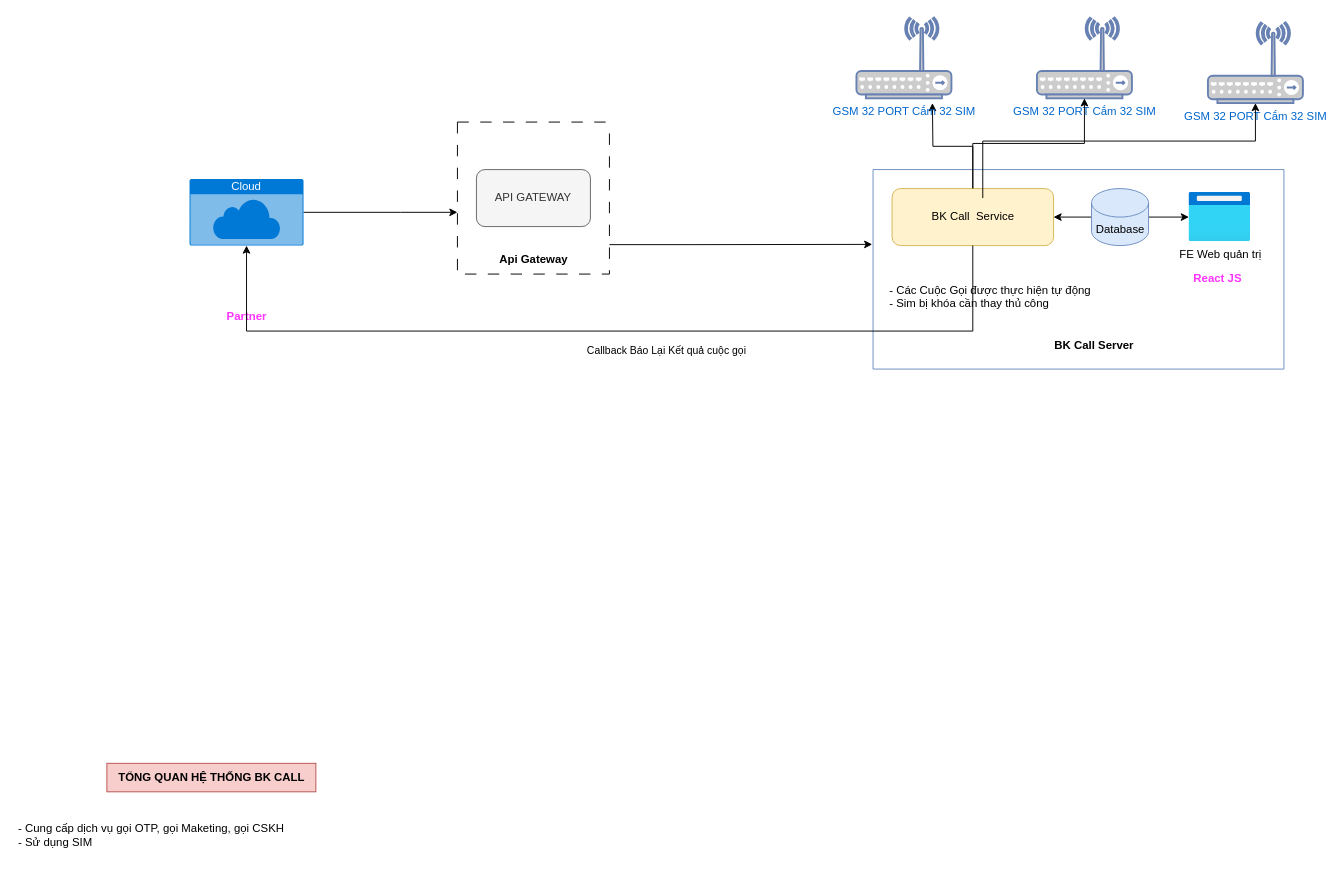
Above: Call Service.drawio in bachdev/diagram (draw.io), before the change. Source tidied: cells renumbered, new cells numbered last; positions are measured from the earlier drawing's top-left corner, leaving out a move shared by most shapes. Both pictures are drawn from the tidied source at 95%, with x=0, y=0 at pixel (16, 17).
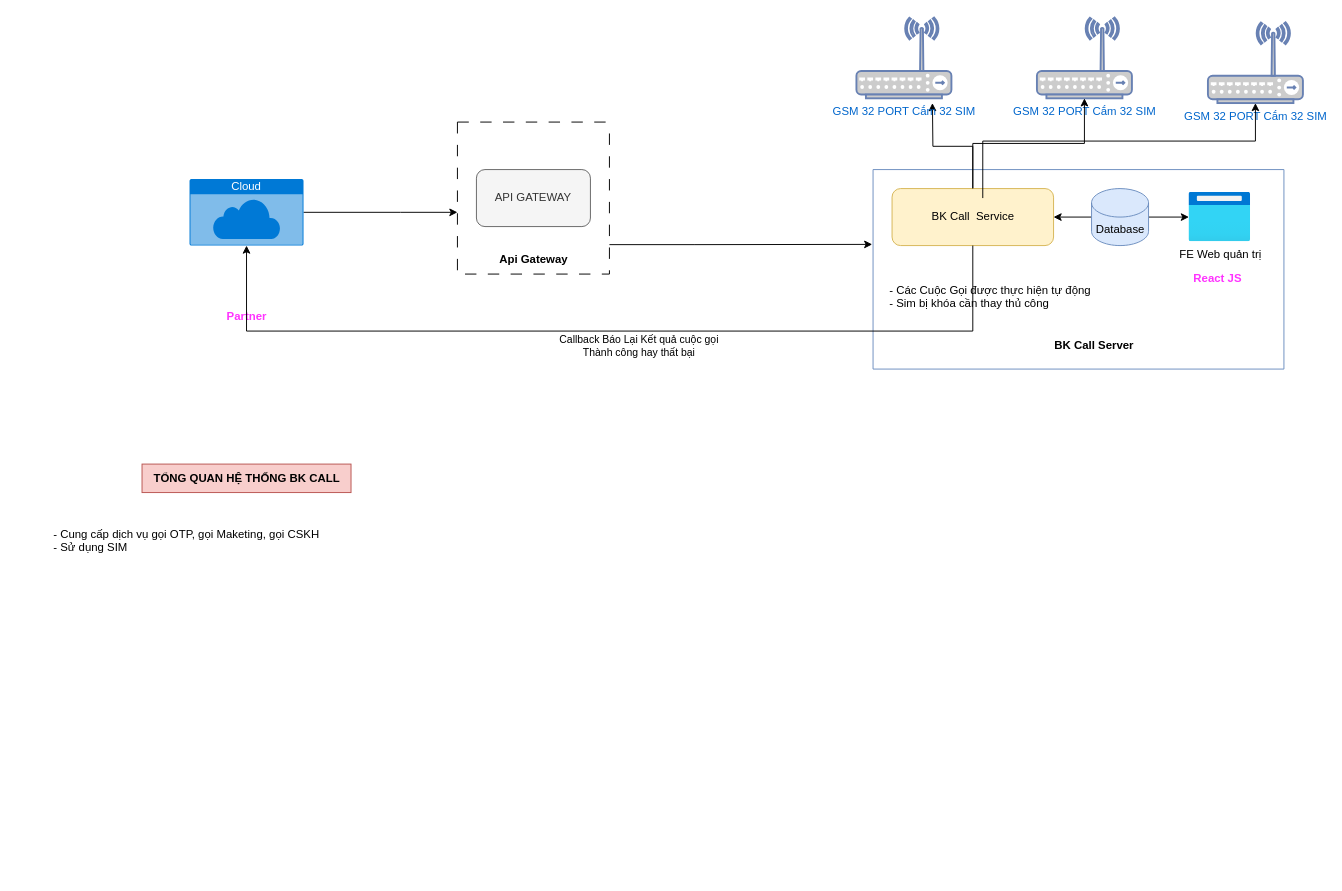
The same diagram, later.

Commit message:
Cập nhật Call Service.drawio

The change refers to these unchanged cells:
```xml
<mxCell id="26" style="edgeStyle=orthogonalEdgeStyle;rounded=0;jettySize=auto;html=1;entryX=0.5;entryY=1;entryDx=0;entryDy=0;entryPerimeter=0;" parent="1" edge="1" source="10" target="19">
  <mxGeometry relative="1" as="geometry">
    <Array as="points">
      <mxPoint x="1007" y="330" />
      <mxPoint x="242" y="330" />
    </Array>
  </mxGeometry>
</mxCell>
```

Change to the diagram source:
```diff
@@
     <mxCell id="5" value="TỔNG QUAN HỆ THỐNG BK CALL" style="text;html=1;align=center;verticalAlign=middle;strokeColor=#b85450;fillColor=#f8cecc;fontStyle=1;" parent="1" vertex="1">
-      <mxGeometry x="95" y="785" width="220" height="30" as="geometry" />
+      <mxGeometry x="132" y="470" width="220" height="30" as="geometry" />
     </mxCell>
     <mxCell id="6" value="&lt;div&gt;- Cung cấp dịch vụ gọi OTP, gọi Maketing, gọi CSKH &lt;br&gt;&lt;/div&gt;&lt;div&gt;- Sử dụng SIM &lt;br&gt;&lt;/div&gt;&lt;div&gt;&lt;br&gt;&lt;/div&gt;" style="text;html=1;whiteSpace=wrap;overflow=hidden;rounded=0;" parent="1" vertex="1">
-      <mxGeometry y="840" width="410" height="60" as="geometry" />
+      <mxGeometry x="37" y="530" width="410" height="60" as="geometry" />
     </mxCell>
@@
-    <mxCell id="27" value="Callback Báo Lại Kết quả cuộc gọi" style="edgeLabel;html=1;align=center;verticalAlign=middle;" parent="26" vertex="1">
+    <mxCell id="27" value="&lt;div&gt;Callback Báo Lại Kết quả cuộc gọi&lt;/div&gt;&lt;div&gt;Thành công hay thất bại&lt;/div&gt;" style="edgeLabel;html=1;align=center;verticalAlign=middle;" parent="26" vertex="1">
       <mxGeometry x="-0.15" y="1" relative="1" as="geometry">
-        <mxPoint x="-12" y="19" as="offset" />
+        <mxPoint x="-41" y="14" as="offset" />
       </mxGeometry>
     </mxCell>
```
